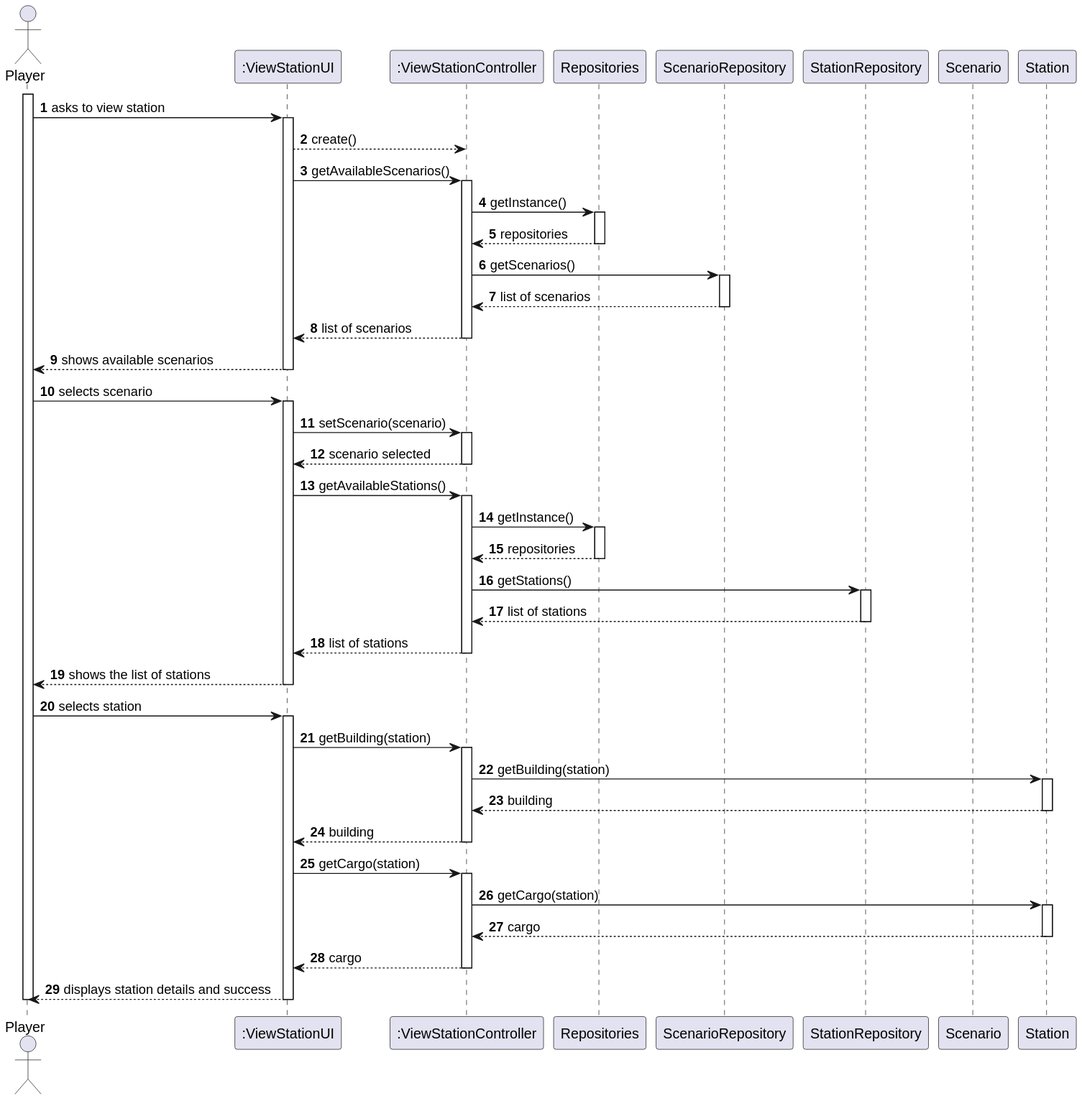
This is Sprint2/US007/03.design/svg/US007-SD-full.svg from 1240935/pi2-railway-simulator, a PlantUML export, as it was before one commit.
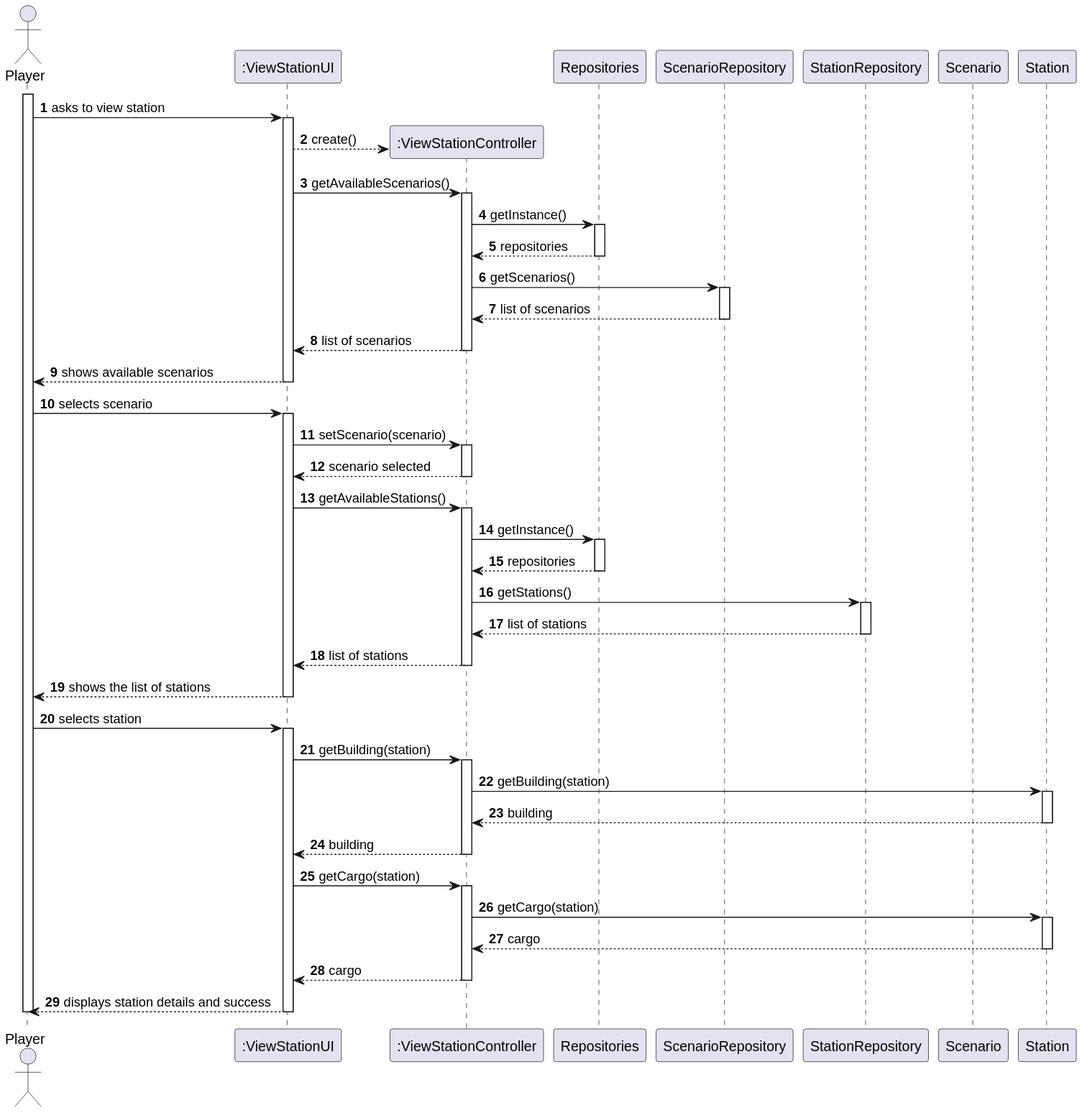
The same diagram one commit later.

The edit, as a diff of the source:
```diff
@@ -18,7 +18,7 @@
 
     PLAYER -> UI : asks to view station
     activate UI
-        UI --> CTRL : create()
+        UI --> CTRL** : create()
 
         UI -> CTRL : getAvailableScenarios()
         activate CTRL
```
